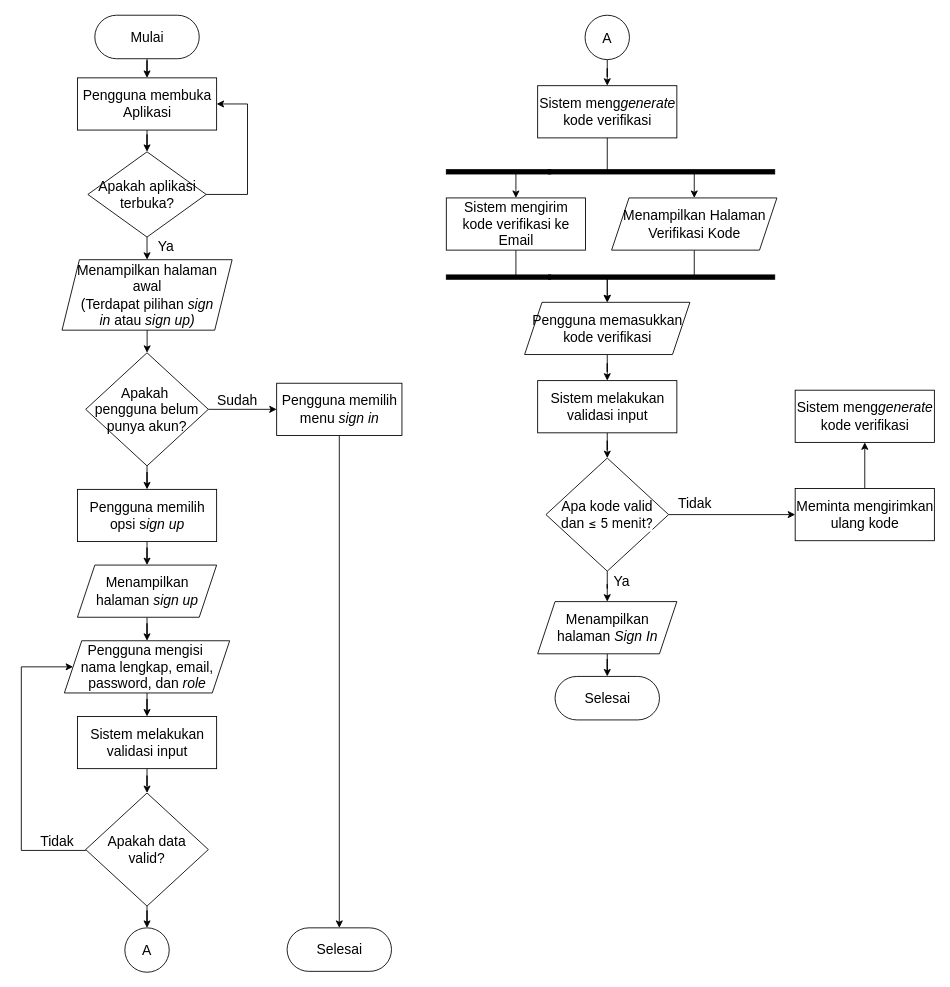
Before: page "Salinan Salinan Diagram Aktivitas Admin 1" (7 of 39) of Diagram Aktivitas Admin.drawio.xml in murtianggraeni/TugasAkhir_Flowchart, a draw.io diagram. Source tidied: cells renumbered, new cells numbered last; positions are measured from the earlier drawing's top-left corner, leaving out a move shared by most shapes. Both pictures are drawn from the tidied source at 87%, with x=0, y=0 at pixel (21, 15).
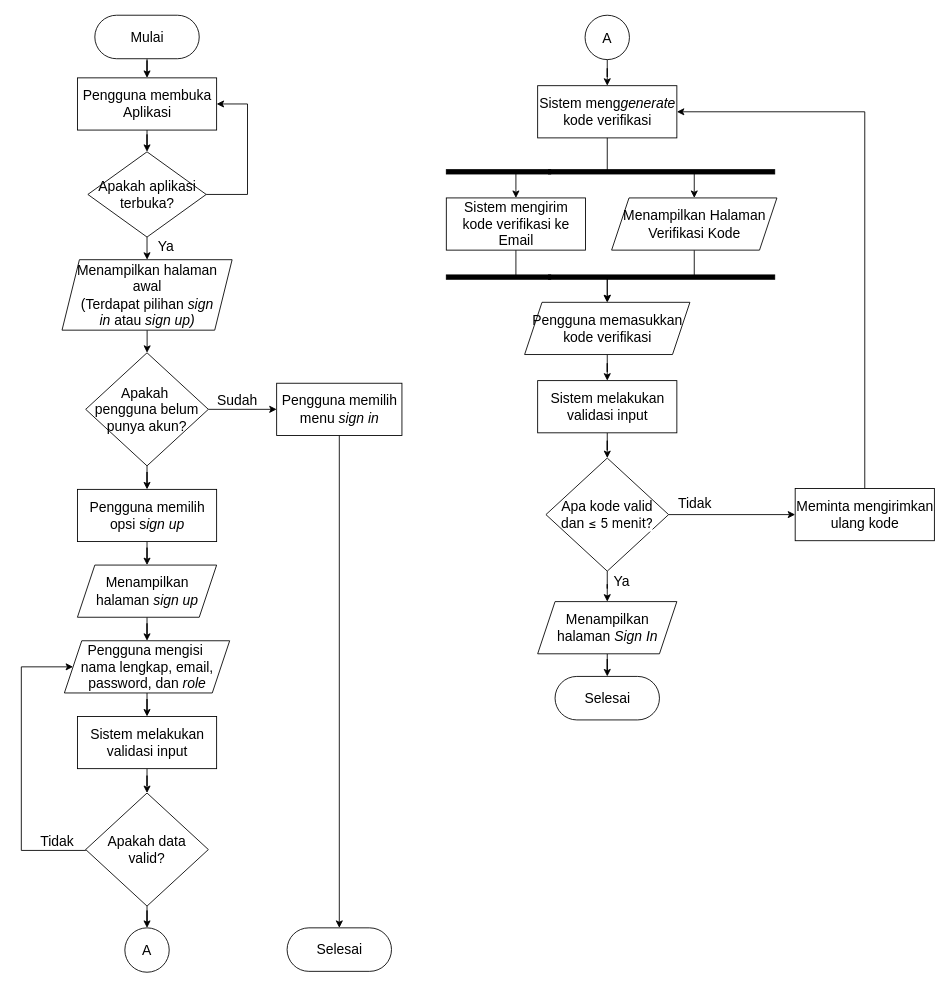
Above is the later version.

Unchanged cells that the change refers to:
```xml
<mxCell id="26" value="&lt;div style=&quot;&quot;&gt;&lt;span style=&quot;font-size: 16px;&quot;&gt;Sistem meng&lt;i&gt;generate&lt;/i&gt; kode verifikasi&lt;/span&gt;&lt;/div&gt;" style="rounded=0;whiteSpace=wrap;html=1;align=center;" parent="1" vertex="1">
  <mxGeometry x="593.5" y="81" width="160" height="60" as="geometry" />
</mxCell>
<mxCell id="47" value="&lt;div style=&quot;&quot;&gt;&lt;span style=&quot;font-size: 16px;&quot;&gt;Meminta mengirimkan ulang kode&lt;/span&gt;&lt;/div&gt;" style="rounded=0;whiteSpace=wrap;html=1;align=center;" parent="1" vertex="1">
  <mxGeometry x="889.5" y="544" width="160" height="60" as="geometry" />
</mxCell>
```

What changed in the source:
```diff
@@
-    <mxCell id="46" style="edgeStyle=orthogonalEdgeStyle;rounded=0;jettySize=auto;html=1;entryX=0.5;entryY=1;entryDx=0;entryDy=0;" parent="1" edge="1" source="47" target="48">
-      <mxGeometry relative="1" as="geometry" />
+    <mxCell id="46" style="edgeStyle=orthogonalEdgeStyle;rounded=0;jettySize=auto;html=1;entryX=1;entryY=0.5;entryDx=0;entryDy=0;" parent="1" edge="1" source="47" target="26">
+      <mxGeometry relative="1" as="geometry">
+        <Array as="points">
+          <mxPoint x="970" y="111" />
+        </Array>
+      </mxGeometry>
     </mxCell>
@@
-    <mxCell id="48" value="&lt;div style=&quot;&quot;&gt;&lt;span style=&quot;font-size: 16px;&quot;&gt;Sistem meng&lt;i&gt;generate&lt;/i&gt; kode verifikasi&lt;/span&gt;&lt;/div&gt;" style="rounded=0;whiteSpace=wrap;html=1;align=center;" parent="1" vertex="1">
-      <mxGeometry x="889.5" y="431" width="160" height="60" as="geometry" />
-    </mxCell>
```
